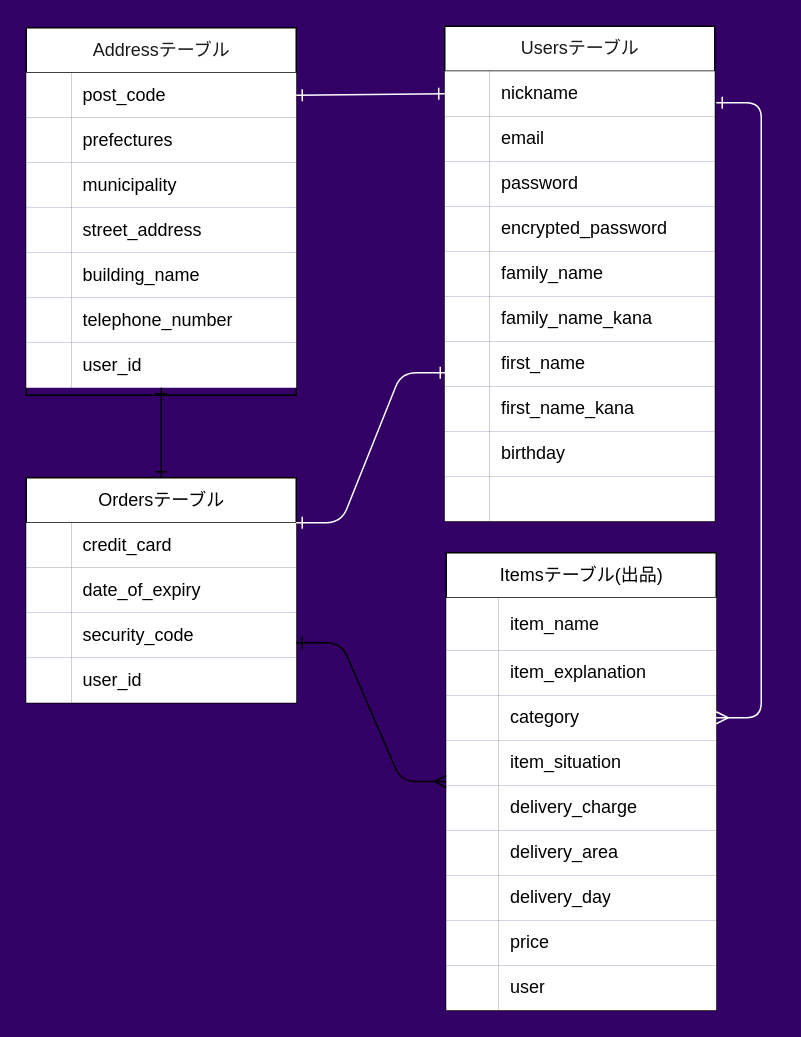
This is page "ページ1" (1 of 2) of test.dio from shiyukina01161125/furima-39776, a draw.io file, before an edit. Source tidied: cells renumbered, new cells numbered last; positions are measured from the earlier drawing's top-left corner, leaving out a move shared by most shapes. Both pictures are drawn from the tidied source at 150%, with x=0, y=0 at pixel (26, 26).
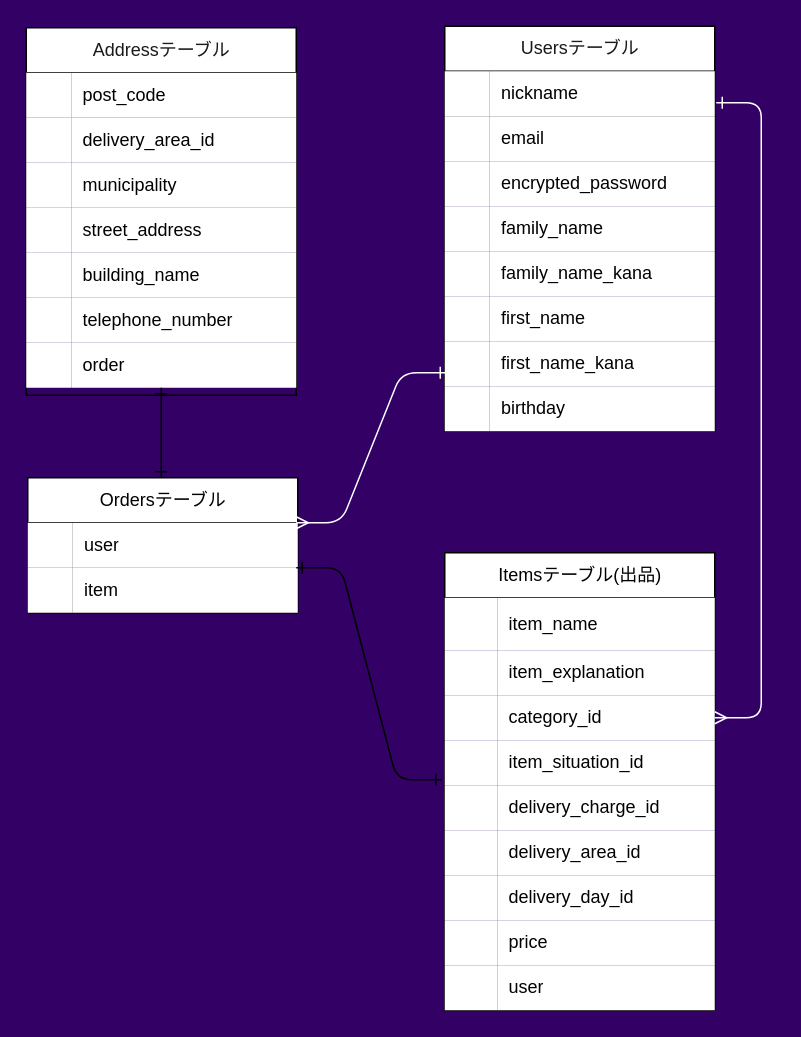
Above is the later version.

Commit message (it also covers changes not shown here):
レビュー③提出前

The change refers to these unchanged cells:
```xml
<mxCell id="3" style="shape=tableRow;horizontal=0;startSize=0;swimlaneHead=0;swimlaneBody=0;fillColor=none;points=[[0,0.5],[1,0.5]];portConstraint=eastwest;top=0;left=0;right=0;bottom=1;rounded=0;strokeColor=#000000;fontFamily=Helvetica;fontSize=12;fontColor=#000000;html=1;" parent="2" vertex="1">
  <mxGeometry y="30" width="180" height="30" as="geometry" />
</mxCell>
<mxCell id="6" style="shape=tableRow;horizontal=0;startSize=0;swimlaneHead=0;swimlaneBody=0;fillColor=none;top=0;left=0;right=0;bottom=0;rounded=0;strokeColor=#000000;fontFamily=Helvetica;fontSize=12;fontColor=#000000;html=1;" parent="2" vertex="1">
  <mxGeometry y="60" width="180" height="30" as="geometry" />
</mxCell>
<mxCell id="21" style="shape=tableRow;horizontal=0;startSize=0;swimlaneHead=0;swimlaneBody=0;fillColor=none;points=[[0,0.5],[1,0.5]];portConstraint=eastwest;top=0;left=0;right=0;bottom=0;rounded=0;strokeColor=#000000;fontFamily=Helvetica;fontSize=12;fontColor=#000000;html=1;" parent="2" vertex="1">
  <mxGeometry y="210" width="180" height="30" as="geometry" />
</mxCell>
<mxCell id="25" style="shape=tableRow;horizontal=0;startSize=0;swimlaneHead=0;swimlaneBody=0;fillColor=none;points=[[0,0.5],[1,0.5]];portConstraint=eastwest;top=0;left=0;right=0;bottom=1;rounded=0;strokeColor=#000000;fontFamily=Helvetica;fontSize=12;fontColor=#000000;html=1;" parent="24" vertex="1">
  <mxGeometry y="30" width="180" height="30" as="geometry" />
</mxCell>
<mxCell id="62" style="shape=tableRow;horizontal=0;startSize=0;swimlaneHead=0;swimlaneBody=0;fillColor=none;points=[[0,0.5],[1,0.5]];portConstraint=eastwest;top=0;left=0;right=0;bottom=0;rounded=0;strokeColor=#000000;fontFamily=Helvetica;fontSize=12;fontColor=#000000;html=1;" parent="55" vertex="1">
  <mxGeometry y="95" width="180" height="30" as="geometry" />
</mxCell>
<mxCell id="65" style="shape=tableRow;horizontal=0;startSize=0;swimlaneHead=0;swimlaneBody=0;fillColor=none;points=[[0,0.5],[1,0.5]];portConstraint=eastwest;top=0;left=0;right=0;bottom=0;rounded=0;strokeColor=#000000;fontFamily=Helvetica;fontSize=12;fontColor=#000000;html=1;" parent="55" vertex="1">
  <mxGeometry y="125" width="180" height="30" as="geometry" />
</mxCell>
<mxCell id="68" style="shape=tableRow;horizontal=0;startSize=0;swimlaneHead=0;swimlaneBody=0;fillColor=none;top=0;left=0;right=0;bottom=0;rounded=0;strokeColor=#000000;fontFamily=Helvetica;fontSize=12;fontColor=#000000;html=1;" parent="55" vertex="1">
  <mxGeometry y="155" width="180" height="30" as="geometry" />
</mxCell>
<mxCell id="71" style="shape=tableRow;horizontal=0;startSize=0;swimlaneHead=0;swimlaneBody=0;fillColor=none;top=0;left=0;right=0;bottom=0;rounded=0;strokeColor=#000000;fontFamily=Helvetica;fontSize=12;fontColor=#000000;html=1;" parent="55" vertex="1">
  <mxGeometry y="185" width="180" height="30" as="geometry" />
</mxCell>
<mxCell id="74" style="shape=tableRow;horizontal=0;startSize=0;swimlaneHead=0;swimlaneBody=0;fillColor=none;top=0;left=0;right=0;bottom=0;rounded=0;strokeColor=#000000;fontFamily=Helvetica;fontSize=12;fontColor=#000000;html=1;" parent="55" vertex="1">
  <mxGeometry y="215" width="180" height="30" as="geometry" />
</mxCell>
```

The edit, as a diff of the source:
```diff
@@
-    <mxCell id="8" value="&lt;span style=&quot;text-align: center;&quot;&gt;prefectures&lt;/span&gt;" style="shape=partialRectangle;fillColor=#FFFFFF;top=0;left=0;bottom=0;right=0;align=left;spacingLeft=6;overflow=hidden;rounded=0;strokeColor=#000000;fontFamily=Helvetica;fontSize=12;fontColor=#000000;html=1;" parent="6" vertex="1">
+    <mxCell id="8" value="&lt;span style=&quot;border-color: rgb(0, 0, 0); color: rgb(0, 0, 0); font-family: Helvetica; font-size: 12px; font-style: normal; font-variant-ligatures: normal; font-variant-caps: normal; font-weight: 400; letter-spacing: normal; orphans: 2; text-align: left; text-indent: 0px; text-transform: none; widows: 2; word-spacing: 0px; -webkit-text-stroke-width: 0px; text-decoration-thickness: initial; text-decoration-style: initial; text-decoration-color: initial;&quot;&gt;delivery_area&lt;/span&gt;&lt;span style=&quot;color: rgb(0, 0, 0); font-family: Helvetica; font-size: 12px; font-style: normal; font-variant-ligatures: normal; font-variant-caps: normal; font-weight: 400; letter-spacing: normal; orphans: 2; text-align: left; text-indent: 0px; text-transform: none; widows: 2; word-spacing: 0px; -webkit-text-stroke-width: 0px; text-decoration-thickness: initial; text-decoration-style: initial; text-decoration-color: initial; float: none; display: inline !important;&quot;&gt;_id&lt;/span&gt;" style="shape=partialRectangle;fillColor=#FFFFFF;top=0;left=0;bottom=0;right=0;align=left;spacingLeft=6;overflow=hidden;rounded=0;strokeColor=#000000;fontFamily=Helvetica;fontSize=12;fontColor=#000000;html=1;labelBackgroundColor=none;" parent="6" vertex="1">
       <mxGeometry x="30" width="150" height="30" as="geometry" />
     </mxCell>
@@
-    <mxCell id="23" value="&lt;span style=&quot;text-align: center;&quot;&gt;user_id&lt;/span&gt;" style="shape=partialRectangle;fillColor=#FFFFFF;top=0;left=0;bottom=0;right=0;align=left;spacingLeft=6;overflow=hidden;rounded=0;strokeColor=#000000;fontFamily=Helvetica;fontSize=12;fontColor=#000000;html=1;" parent="21" vertex="1">
+    <mxCell id="23" value="&lt;span style=&quot;text-align: center;&quot;&gt;order&lt;/span&gt;" style="shape=partialRectangle;fillColor=#FFFFFF;top=0;left=0;bottom=0;right=0;align=left;spacingLeft=6;overflow=hidden;rounded=0;strokeColor=#000000;fontFamily=Helvetica;fontSize=12;fontColor=#000000;html=1;" parent="21" vertex="1">
       <mxGeometry x="30" width="150" height="30" as="geometry" />
     </mxCell>
     <mxCell id="24" value="&lt;span style=&quot;color: rgb(26, 26, 26); font-weight: 400;&quot;&gt;Users&lt;/span&gt;&lt;span style=&quot;color: rgb(26, 26, 26); font-weight: 400;&quot;&gt;テーブル&lt;/span&gt;" style="shape=table;startSize=30;childLayout=tableLayout;rowLines=0;fontStyle=1;align=center;rounded=0;strokeColor=#000000;fontFamily=Helvetica;fontSize=12;fontColor=#000000;fillColor=#FFFFFF;gradientColor=none;html=1;fillStyle=auto;" parent="1" vertex="1">
-      <mxGeometry x="279" width="180" height="330" as="geometry" />
+      <mxGeometry x="279" width="180" height="270" as="geometry" />
     </mxCell>
@@
-    <mxCell id="31" style="shape=tableRow;horizontal=0;startSize=0;swimlaneHead=0;swimlaneBody=0;fillColor=none;top=0;left=0;right=0;bottom=0;rounded=0;strokeColor=#000000;fontFamily=Helvetica;fontSize=12;fontColor=#000000;html=1;" parent="24" vertex="1">
-      <mxGeometry y="90" width="180" height="30" as="geometry" />
-    </mxCell>
-    <mxCell id="32" style="shape=partialRectangle;fillColor=#FFFFFF;top=0;left=0;bottom=0;right=0;overflow=hidden;rounded=0;strokeColor=#000000;fontFamily=Helvetica;fontSize=12;fontColor=#000000;html=1;" parent="31" vertex="1">
-      <mxGeometry width="30" height="30" as="geometry" />
-    </mxCell>
-    <mxCell id="33" value="&lt;span style=&quot;&quot;&gt;password&lt;/span&gt;" style="shape=partialRectangle;fillColor=#FFFFFF;top=0;left=0;bottom=0;right=0;align=left;spacingLeft=6;overflow=hidden;rounded=0;strokeColor=#000000;fontFamily=Helvetica;fontSize=12;fontColor=#000000;html=1;" parent="31" vertex="1">
-      <mxGeometry x="30" width="150" height="30" as="geometry" />
-    </mxCell>
     <mxCell id="34" style="shape=tableRow;horizontal=0;startSize=0;swimlaneHead=0;swimlaneBody=0;fillColor=none;top=0;left=0;right=0;bottom=0;rounded=0;strokeColor=#000000;fontFamily=Helvetica;fontSize=12;fontColor=#000000;html=1;" parent="24" vertex="1">
-      <mxGeometry y="120" width="180" height="30" as="geometry" />
+      <mxGeometry y="90" width="180" height="30" as="geometry" />
     </mxCell>
@@
     <mxCell id="37" style="shape=tableRow;horizontal=0;startSize=0;swimlaneHead=0;swimlaneBody=0;fillColor=none;top=0;left=0;right=0;bottom=0;rounded=0;strokeColor=#000000;fontFamily=Helvetica;fontSize=12;fontColor=#000000;html=1;" parent="24" vertex="1">
-      <mxGeometry y="150" width="180" height="30" as="geometry" />
+      <mxGeometry y="120" width="180" height="30" as="geometry" />
     </mxCell>
@@
     <mxCell id="40" style="shape=tableRow;horizontal=0;startSize=0;swimlaneHead=0;swimlaneBody=0;fillColor=none;top=0;left=0;right=0;bottom=0;rounded=0;strokeColor=#000000;fontFamily=Helvetica;fontSize=12;fontColor=#000000;html=1;" parent="24" vertex="1">
-      <mxGeometry y="180" width="180" height="30" as="geometry" />
+      <mxGeometry y="150" width="180" height="30" as="geometry" />
     </mxCell>
@@
     <mxCell id="43" style="shape=tableRow;horizontal=0;startSize=0;swimlaneHead=0;swimlaneBody=0;fillColor=none;top=0;left=0;right=0;bottom=0;rounded=0;strokeColor=#000000;fontFamily=Helvetica;fontSize=12;fontColor=#000000;html=1;" parent="24" vertex="1">
-      <mxGeometry y="210" width="180" height="30" as="geometry" />
+      <mxGeometry y="180" width="180" height="30" as="geometry" />
     </mxCell>
@@
     <mxCell id="46" style="shape=tableRow;horizontal=0;startSize=0;swimlaneHead=0;swimlaneBody=0;fillColor=none;top=0;left=0;right=0;bottom=0;rounded=0;strokeColor=#000000;fontFamily=Helvetica;fontSize=12;fontColor=#000000;html=1;" parent="24" vertex="1">
-      <mxGeometry y="240" width="180" height="30" as="geometry" />
+      <mxGeometry y="210" width="180" height="30" as="geometry" />
     </mxCell>
@@
     <mxCell id="49" style="shape=tableRow;horizontal=0;startSize=0;swimlaneHead=0;swimlaneBody=0;fillColor=none;top=0;left=0;right=0;bottom=0;rounded=0;strokeColor=#000000;fontFamily=Helvetica;fontSize=12;fontColor=#000000;html=1;" parent="24" vertex="1">
-      <mxGeometry y="270" width="180" height="30" as="geometry" />
+      <mxGeometry y="240" width="180" height="30" as="geometry" />
     </mxCell>
@@
-    <mxCell id="52" style="shape=tableRow;horizontal=0;startSize=0;swimlaneHead=0;swimlaneBody=0;fillColor=none;top=0;left=0;right=0;bottom=0;rounded=0;strokeColor=#000000;fontFamily=Helvetica;fontSize=12;fontColor=#000000;html=1;" parent="24" vertex="1">
-      <mxGeometry y="300" width="180" height="30" as="geometry" />
-    </mxCell>
-    <mxCell id="53" style="shape=partialRectangle;fillColor=#FFFFFF;top=0;left=0;bottom=0;right=0;overflow=hidden;rounded=0;strokeColor=#000000;fontFamily=Helvetica;fontSize=12;fontColor=#000000;html=1;" parent="52" vertex="1">
-      <mxGeometry width="30" height="30" as="geometry" />
-    </mxCell>
-    <mxCell id="54" style="shape=partialRectangle;fillColor=#FFFFFF;top=0;left=0;bottom=0;right=0;align=left;spacingLeft=6;overflow=hidden;rounded=0;strokeColor=#000000;fontFamily=Helvetica;fontSize=12;fontColor=#000000;html=1;" parent="52" vertex="1">
-      <mxGeometry x="30" width="150" height="30" as="geometry" />
-    </mxCell>
     <mxCell id="55" value="&lt;span style=&quot;font-weight: 400;&quot;&gt;Itemsテーブル(出品)&lt;/span&gt;" style="shape=table;startSize=30;childLayout=tableLayout;rowLines=0;fontStyle=1;align=center;rounded=0;strokeColor=#000000;fontFamily=Helvetica;fontSize=12;fontColor=#000000;fillColor=#FFFFFF;gradientColor=none;html=1;fillStyle=auto;" parent="1" vertex="1">
-      <mxGeometry x="280" y="351" width="180" height="305" as="geometry" />
+      <mxGeometry x="279" y="351" width="180" height="305" as="geometry" />
     </mxCell>
@@
-    <mxCell id="64" value="&lt;span style=&quot;&quot;&gt;category&lt;/span&gt;" style="shape=partialRectangle;fillColor=#FFFFFF;top=0;left=0;bottom=0;right=0;align=left;spacingLeft=6;overflow=hidden;rounded=0;strokeColor=#000000;fontFamily=Helvetica;fontSize=12;fontColor=#000000;html=1;" parent="62" vertex="1">
+    <mxCell id="64" value="&lt;span style=&quot;&quot;&gt;category_id&lt;/span&gt;" style="shape=partialRectangle;fillColor=#FFFFFF;top=0;left=0;bottom=0;right=0;align=left;spacingLeft=6;overflow=hidden;rounded=0;strokeColor=#000000;fontFamily=Helvetica;fontSize=12;fontColor=#000000;html=1;" parent="62" vertex="1">
       <mxGeometry x="35" width="145" height="30" as="geometry" />
     </mxCell>
@@
-    <mxCell id="67" value="&lt;span style=&quot;&quot;&gt;item_situation&lt;/span&gt;" style="shape=partialRectangle;fillColor=#FFFFFF;top=0;left=0;bottom=0;right=0;align=left;spacingLeft=6;overflow=hidden;rounded=0;strokeColor=#000000;fontFamily=Helvetica;fontSize=12;fontColor=#000000;html=1;" parent="65" vertex="1">
+    <mxCell id="67" value="&lt;span style=&quot;&quot;&gt;item_situation_id&lt;/span&gt;" style="shape=partialRectangle;fillColor=#FFFFFF;top=0;left=0;bottom=0;right=0;align=left;spacingLeft=6;overflow=hidden;rounded=0;strokeColor=#000000;fontFamily=Helvetica;fontSize=12;fontColor=#000000;html=1;" parent="65" vertex="1">
       <mxGeometry x="35" width="145" height="30" as="geometry" />
     </mxCell>
@@
-    <mxCell id="70" value="&lt;span style=&quot;&quot;&gt;delivery_charge&lt;/span&gt;" style="shape=partialRectangle;fillColor=#FFFFFF;top=0;left=0;bottom=0;right=0;align=left;spacingLeft=6;overflow=hidden;rounded=0;strokeColor=#000000;fontFamily=Helvetica;fontSize=12;fontColor=#000000;html=1;" parent="68" vertex="1">
+    <mxCell id="70" value="&lt;span style=&quot;&quot;&gt;delivery_charge&lt;/span&gt;_id" style="shape=partialRectangle;fillColor=#FFFFFF;top=0;left=0;bottom=0;right=0;align=left;spacingLeft=6;overflow=hidden;rounded=0;strokeColor=#000000;fontFamily=Helvetica;fontSize=12;fontColor=#000000;html=1;" parent="68" vertex="1">
       <mxGeometry x="35" width="145" height="30" as="geometry" />
     </mxCell>
@@
-    <mxCell id="73" value="&lt;span style=&quot;&quot;&gt;delivery_area&lt;/span&gt;" style="shape=partialRectangle;fillColor=#FFFFFF;top=0;left=0;bottom=0;right=0;align=left;spacingLeft=6;overflow=hidden;rounded=0;strokeColor=#000000;fontFamily=Helvetica;fontSize=12;fontColor=#000000;html=1;" parent="71" vertex="1">
+    <mxCell id="73" value="&lt;span style=&quot;&quot;&gt;delivery_area&lt;/span&gt;_id" style="shape=partialRectangle;fillColor=#FFFFFF;top=0;left=0;bottom=0;right=0;align=left;spacingLeft=6;overflow=hidden;rounded=0;strokeColor=#000000;fontFamily=Helvetica;fontSize=12;fontColor=#000000;html=1;" parent="71" vertex="1">
       <mxGeometry x="35" width="145" height="30" as="geometry" />
     </mxCell>
@@
-    <mxCell id="76" value="&lt;span style=&quot;&quot;&gt;delivery_day&lt;/span&gt;" style="shape=partialRectangle;fillColor=#FFFFFF;top=0;left=0;bottom=0;right=0;align=left;spacingLeft=6;overflow=hidden;rounded=0;strokeColor=#000000;fontFamily=Helvetica;fontSize=12;fontColor=#000000;html=1;" parent="74" vertex="1">
+    <mxCell id="76" value="&lt;span style=&quot;&quot;&gt;delivery_day&lt;/span&gt;_id" style="shape=partialRectangle;fillColor=#FFFFFF;top=0;left=0;bottom=0;right=0;align=left;spacingLeft=6;overflow=hidden;rounded=0;strokeColor=#000000;fontFamily=Helvetica;fontSize=12;fontColor=#000000;html=1;" parent="74" vertex="1">
       <mxGeometry x="35" width="145" height="30" as="geometry" />
     </mxCell>
@@
     <mxCell id="83" value="&lt;span style=&quot;font-weight: 400;&quot;&gt;Ordersテーブル&lt;/span&gt;" style="shape=table;startSize=30;childLayout=tableLayout;rowLines=0;fontStyle=1;align=center;rounded=0;strokeColor=#000000;fontFamily=Helvetica;fontSize=12;fontColor=#000000;fillColor=#FFFFFF;gradientColor=none;html=1;fillStyle=auto;" parent="1" vertex="1">
-      <mxGeometry y="301" width="180" height="150" as="geometry" />
+      <mxGeometry x="1" y="301" width="180" height="90" as="geometry" />
     </mxCell>
-    <mxCell id="84" style="shape=tableRow;horizontal=0;startSize=0;swimlaneHead=0;swimlaneBody=0;fillColor=none;top=0;left=0;right=0;bottom=1;rounded=0;strokeColor=#000000;fontFamily=Helvetica;fontSize=12;fontColor=#000000;html=1;" parent="83" vertex="1">
-      <mxGeometry y="30" width="180" height="30" as="geometry" />
-    </mxCell>
-    <mxCell id="85" style="shape=partialRectangle;fillColor=#FFFFFF;top=0;left=0;bottom=0;right=0;fontStyle=1;overflow=hidden;rounded=0;strokeColor=#000000;fontFamily=Helvetica;fontSize=12;fontColor=#000000;html=1;" parent="84" vertex="1">
-      <mxGeometry width="30" height="30" as="geometry" />
-    </mxCell>
-    <mxCell id="86" value="&lt;span style=&quot;font-weight: 400;&quot;&gt;credit_card&lt;/span&gt;" style="shape=partialRectangle;fillColor=#FFFFFF;top=0;left=0;bottom=0;right=0;align=left;spacingLeft=6;fontStyle=1;overflow=hidden;rounded=0;strokeColor=#000000;fontFamily=Helvetica;fontSize=12;fontColor=#000000;html=1;" parent="84" vertex="1">
-      <mxGeometry x="30" width="150" height="30" as="geometry" />
-    </mxCell>
-    <mxCell id="87" style="shape=tableRow;horizontal=0;startSize=0;swimlaneHead=0;swimlaneBody=0;fillColor=none;top=0;left=0;right=0;bottom=0;rounded=0;strokeColor=#000000;fontFamily=Helvetica;fontSize=12;fontColor=#000000;html=1;" parent="83" vertex="1">
-      <mxGeometry y="60" width="180" height="30" as="geometry" />
-    </mxCell>
-    <mxCell id="88" style="shape=partialRectangle;fillColor=#FFFFFF;top=0;left=0;bottom=0;right=0;overflow=hidden;rounded=0;strokeColor=#000000;fontFamily=Helvetica;fontSize=12;fontColor=#000000;html=1;" parent="87" vertex="1">
-      <mxGeometry width="30" height="30" as="geometry" />
-    </mxCell>
-    <mxCell id="89" value="&lt;span style=&quot;&quot;&gt;date_of_expiry&lt;/span&gt;" style="shape=partialRectangle;fillColor=#FFFFFF;top=0;left=0;bottom=0;right=0;align=left;spacingLeft=6;overflow=hidden;rounded=0;strokeColor=#000000;fontFamily=Helvetica;fontSize=12;fontColor=#000000;html=1;" parent="87" vertex="1">
-      <mxGeometry x="30" width="150" height="30" as="geometry" />
-    </mxCell>
-    <mxCell id="90" style="shape=tableRow;horizontal=0;startSize=0;swimlaneHead=0;swimlaneBody=0;fillColor=none;top=0;left=0;right=0;bottom=0;rounded=0;strokeColor=#000000;fontFamily=Helvetica;fontSize=12;fontColor=#000000;html=1;" parent="83" vertex="1">
-      <mxGeometry y="90" width="180" height="30" as="geometry" />
-    </mxCell>
-    <mxCell id="91" style="shape=partialRectangle;fillColor=#FFFFFF;top=0;left=0;bottom=0;right=0;overflow=hidden;rounded=0;strokeColor=#000000;fontFamily=Helvetica;fontSize=12;fontColor=#000000;html=1;" parent="90" vertex="1">
-      <mxGeometry width="30" height="30" as="geometry" />
-    </mxCell>
-    <mxCell id="92" value="&lt;span style=&quot;&quot;&gt;security_code&lt;/span&gt;" style="shape=partialRectangle;fillColor=#FFFFFF;top=0;left=0;bottom=0;right=0;align=left;spacingLeft=6;overflow=hidden;rounded=0;strokeColor=#000000;fontFamily=Helvetica;fontSize=12;fontColor=#000000;html=1;" parent="90" vertex="1">
-      <mxGeometry x="30" width="150" height="30" as="geometry" />
-    </mxCell>
     <mxCell id="93" style="shape=tableRow;horizontal=0;startSize=0;swimlaneHead=0;swimlaneBody=0;fillColor=none;top=0;left=0;right=0;bottom=0;rounded=0;strokeColor=#000000;fontFamily=Helvetica;fontSize=12;fontColor=#000000;html=1;" parent="83" vertex="1">
-      <mxGeometry y="120" width="180" height="30" as="geometry" />
+      <mxGeometry y="30" width="180" height="30" as="geometry" />
     </mxCell>
@@
-    <mxCell id="95" value="&lt;span style=&quot;&quot;&gt;user_id&lt;/span&gt;" style="shape=partialRectangle;fillColor=#FFFFFF;top=0;left=0;bottom=0;right=0;align=left;spacingLeft=6;overflow=hidden;rounded=0;strokeColor=#000000;fontFamily=Helvetica;fontSize=12;fontColor=#000000;html=1;" parent="93" vertex="1">
+    <mxCell id="95" value="&lt;span style=&quot;&quot;&gt;user&lt;/span&gt;" style="shape=partialRectangle;fillColor=#FFFFFF;top=0;left=0;bottom=0;right=0;align=left;spacingLeft=6;overflow=hidden;rounded=0;strokeColor=#000000;fontFamily=Helvetica;fontSize=12;fontColor=#000000;html=1;" parent="93" vertex="1">
       <mxGeometry x="30" width="150" height="30" as="geometry" />
     </mxCell>
-    <mxCell id="96" style="edgeStyle=none;html=1;exitX=1;exitY=0.5;exitDx=0;exitDy=0;entryX=0;entryY=0.5;entryDx=0;entryDy=0;fontFamily=Helvetica;fontSize=12;fontColor=#000000;startArrow=ERone;startFill=0;endArrow=ERone;endFill=0;jumpSize=10;strokeColor=#FFFFFF;" parent="1" edge="1" source="3" target="25">
-      <mxGeometry relative="1" as="geometry" />
-    </mxCell>
+    <mxCell id="87" style="shape=tableRow;horizontal=0;startSize=0;swimlaneHead=0;swimlaneBody=0;fillColor=none;top=0;left=0;right=0;bottom=0;rounded=0;strokeColor=#000000;fontFamily=Helvetica;fontSize=12;fontColor=#000000;html=1;" parent="83" vertex="1">
+      <mxGeometry y="60" width="180" height="30" as="geometry" />
+    </mxCell>
+    <mxCell id="101" style="shape=partialRectangle;fillColor=#FFFFFF;top=0;left=0;bottom=0;right=0;overflow=hidden;rounded=0;strokeColor=#000000;fontFamily=Helvetica;fontSize=12;fontColor=#000000;html=1;" parent="87" vertex="1">
+      <mxGeometry width="30" height="30" as="geometry" />
+    </mxCell>
+    <mxCell id="102" value="item" style="shape=partialRectangle;fillColor=#FFFFFF;top=0;left=0;bottom=0;right=0;align=left;spacingLeft=6;overflow=hidden;rounded=0;strokeColor=#000000;fontFamily=Helvetica;fontSize=12;fontColor=#000000;html=1;" parent="87" vertex="1">
+      <mxGeometry x="30" width="150" height="30" as="geometry" />
+    </mxCell>
-    <mxCell id="97" style="edgeStyle=entityRelationEdgeStyle;fontSize=12;html=1;endArrow=ERone;endFill=1;strokeColor=#FFFFFF;fontFamily=Helvetica;fontColor=#000000;jumpSize=10;startArrow=ERone;startFill=0;" parent="1" edge="1">
+    <mxCell id="97" style="edgeStyle=entityRelationEdgeStyle;fontSize=12;html=1;endArrow=ERone;endFill=1;strokeColor=#FFFFFF;fontFamily=Helvetica;fontColor=#000000;jumpSize=10;startArrow=ERmany;startFill=0;" parent="1" edge="1">
       <mxGeometry relative="1" as="geometry">
         <mxPoint x="180" y="331" as="sourcePoint" />
         <mxPoint x="280" y="231" as="targetPoint" />
       </mxGeometry>
     </mxCell>
@@
-    <mxCell id="99" style="edgeStyle=entityRelationEdgeStyle;fontSize=12;html=1;endArrow=ERmany;entryX=0;entryY=0.5;entryDx=0;entryDy=0;startArrow=ERone;startFill=0;" parent="1" edge="1" target="55">
+    <mxCell id="99" style="edgeStyle=entityRelationEdgeStyle;fontSize=12;html=1;endArrow=ERone;startArrow=ERone;startFill=0;endFill=0;entryX=-0.011;entryY=0.879;entryDx=0;entryDy=0;entryPerimeter=0;" parent="1" edge="1" target="65">
       <mxGeometry relative="1" as="geometry">
-        <mxPoint x="180" y="411" as="sourcePoint" />
+        <mxPoint x="180" y="361" as="sourcePoint" />
       </mxGeometry>
     </mxCell>
```
